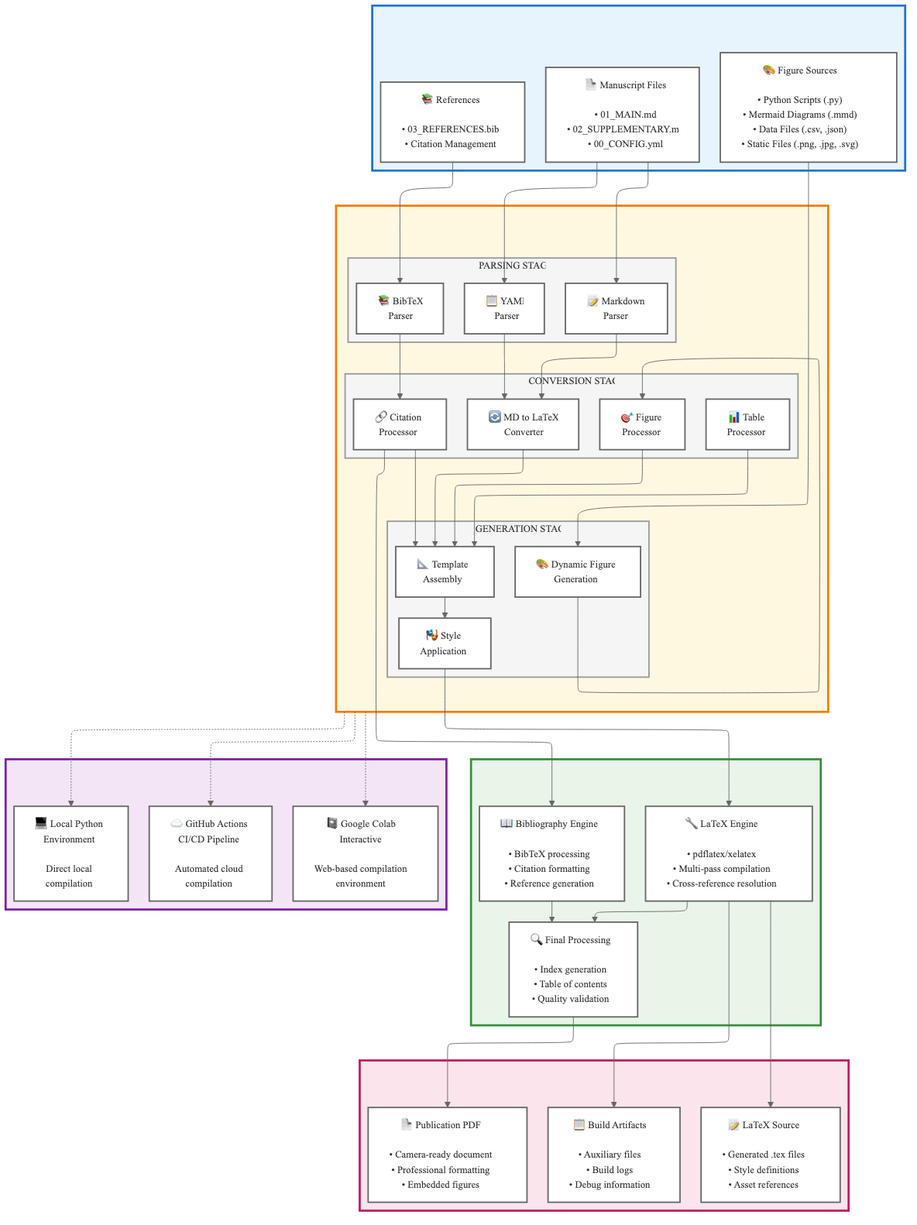
Before: EXAMPLE_MANUSCRIPT/FIGURES/SFigure_1/SFigure_1.png, a diagram exported from Mermaid (paxcalpt/rxiv-maker). Its source is kept beside it as EXAMPLE_MANUSCRIPT/FIGURES/SFigure_1.mmd.
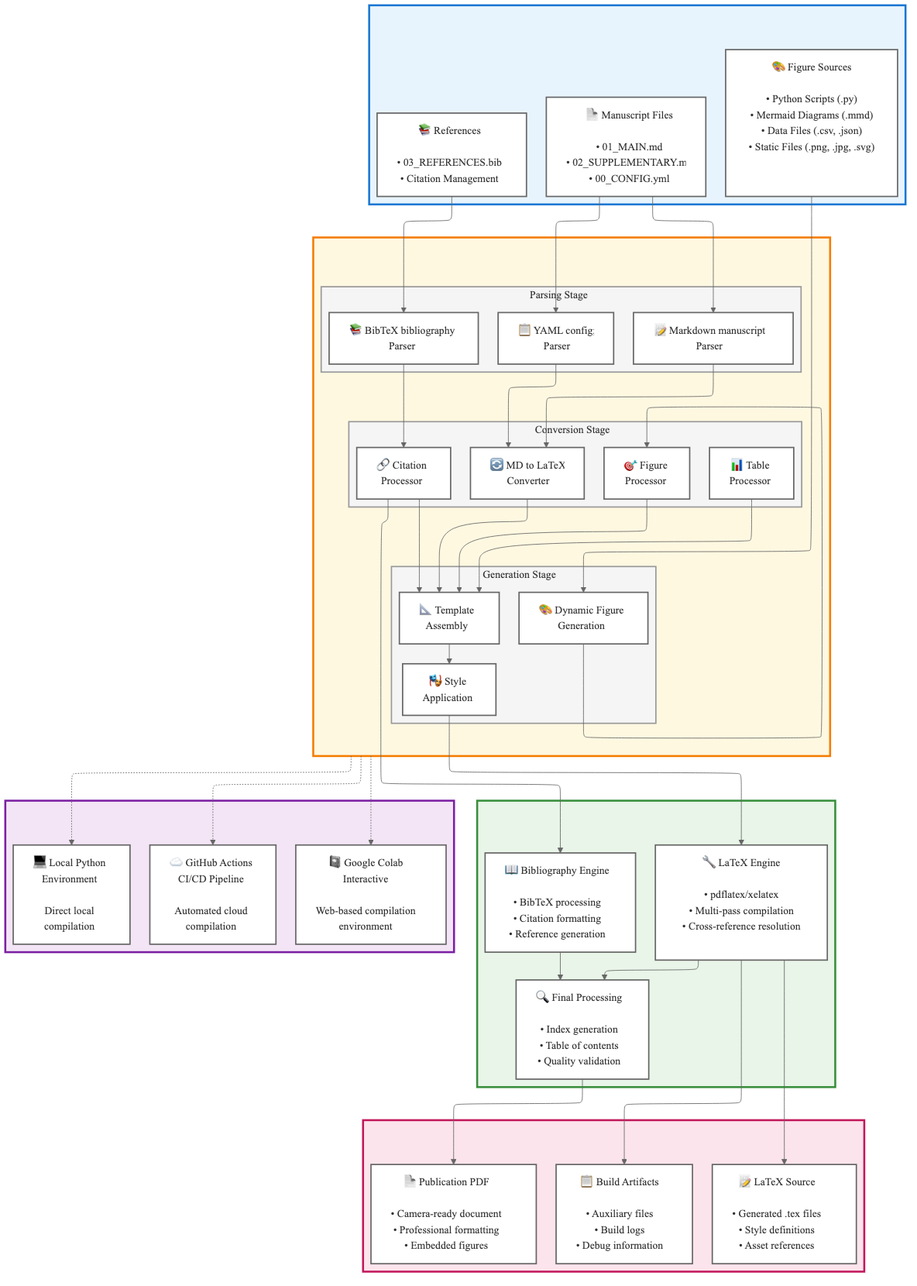
After the change.

What changed in the source:
```diff
@@ -18,20 +18,20 @@
       A2["📚 References<br><br>• 03_REFERENCES.bib<br>• Citation Management"]
       A3["🎨 Figure Sources<br><br>• Python Scripts (.py)<br>• Mermaid Diagrams (.mmd)<br>• Data Files (.csv, .json)<br>• Static Files (.png, .jpg, .svg)"]
   end
- subgraph B1[PARSING STAGE]
+ subgraph B1[Parsing Stage]
     direction LR
-        B1A["📝 Markdown<br>Parser"]
-        B1B["📋 YAML<br>Parser"]
-        B1C["📚 BibTeX<br>Parser"]
+        B1A["📝 Markdown manuscript<br>Parser"]
+        B1B["📋 YAML config;<br>Parser"]
+        B1C["📚 BibTeX bibliography<br>Parser"]
   end
- subgraph B2[CONVERSION STAGE]
+ subgraph B2[Conversion Stage]
     direction LR
         B2A["🔄 MD to LaTeX<br>Converter"]
         B2B["🎯 Figure<br>Processor"]
         B2C["📊 Table<br>Processor"]
         B2D["🔗 Citation<br>Processor"]
   end
- subgraph B3[GENERATION STAGE]
+ subgraph B3[Generation Stage]
     direction LR
         B3A["🎨 Dynamic Figure<br>Generation"]
         B3B["📐 Template<br>Assembly"]
```
